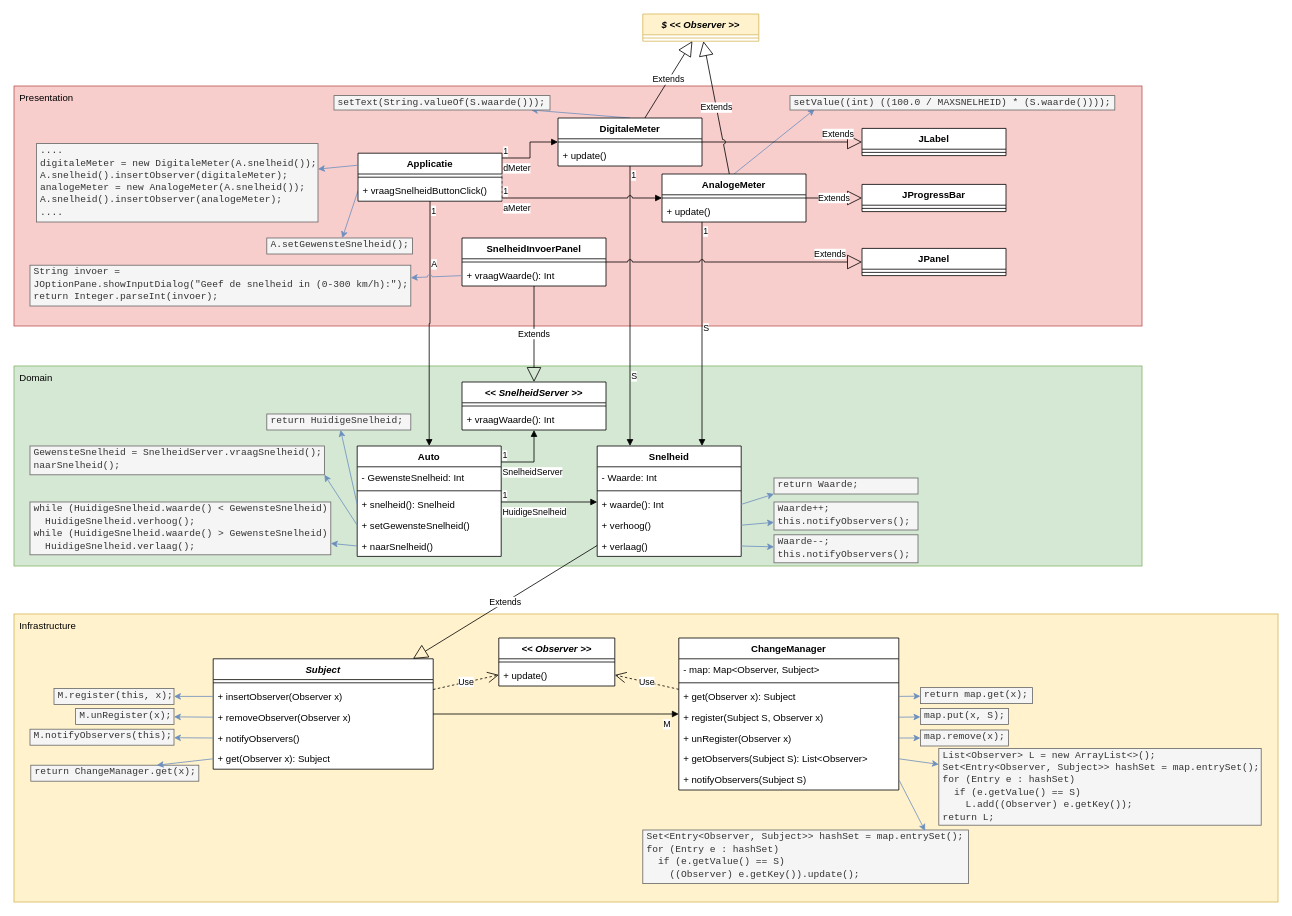
Before: page "Observer" (2 of 3) of Lab1/Class Diagram.drawio in wouterdebruijn/hhs-software-architecture-and-models, a draw.io diagram. Source tidied: cells renumbered, new cells numbered last; positions are measured from the earlier drawing's top-left corner, leaving out a move shared by most shapes. Both pictures are drawn from the tidied source at 80%, with x=0, y=0 at pixel (14, 14).
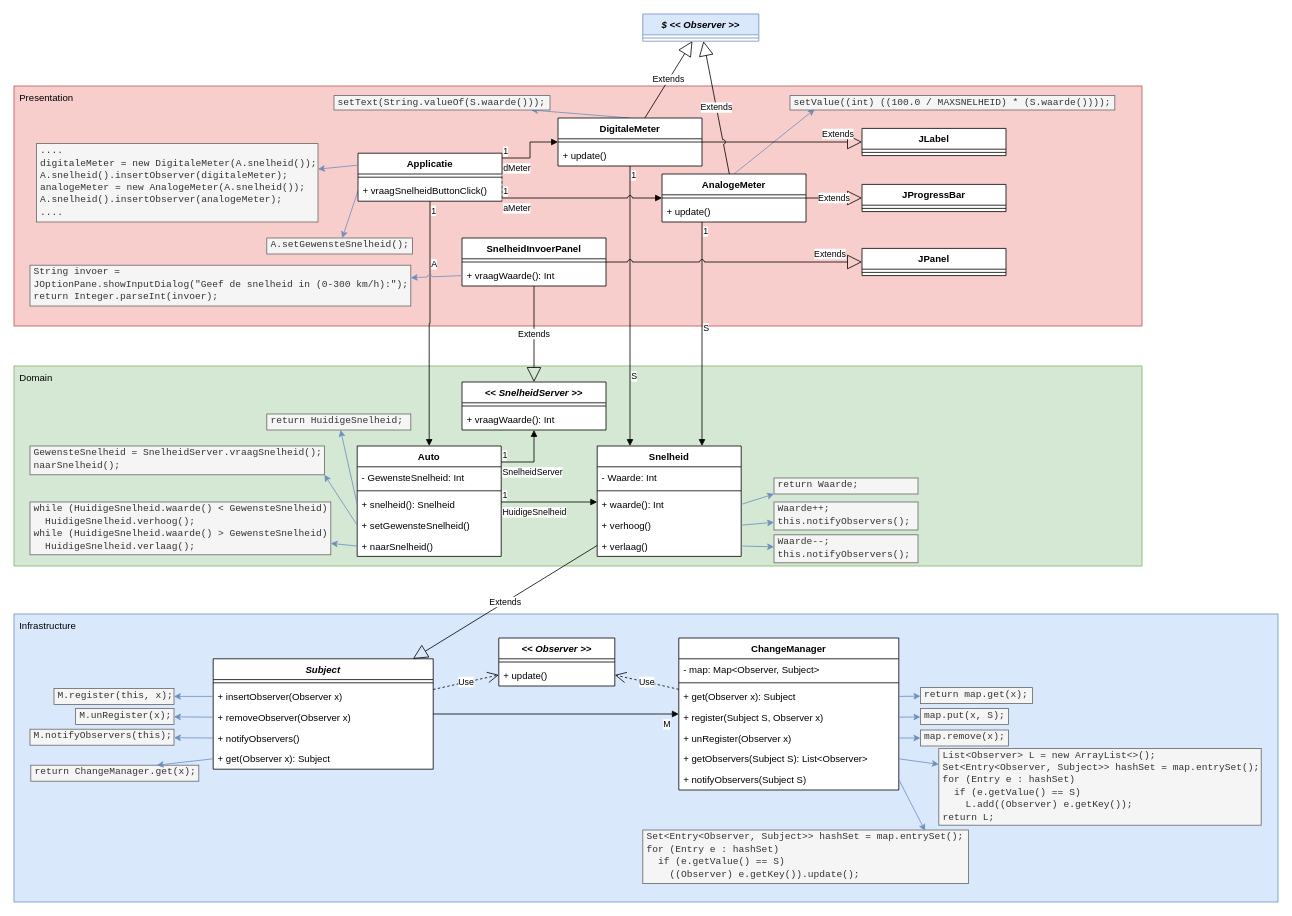
After the change.

The edit, as a diff of the source:
```diff
@@
-    <mxCell id="75" style="rounded=0;whiteSpace=wrap;html=1;fillColor=#fff2cc;strokeColor=#d6b656;" parent="1" vertex="1">
+    <mxCell id="75" style="rounded=0;whiteSpace=wrap;html=1;fillColor=#dae8fc;strokeColor=#6c8ebf;" parent="1" vertex="1">
       <mxGeometry y="750" width="1580" height="360" as="geometry" />
     </mxCell>
@@
-    <mxCell id="118" value="$ &lt;&lt; Observer &gt;&gt;" style="swimlane;fontStyle=3;align=center;verticalAlign=top;horizontal=1;startSize=26;swimlaneFillColor=default;fillColor=#fff2cc;strokeColor=#d6b656;" parent="1" vertex="1">
+    <mxCell id="118" value="$ &lt;&lt; Observer &gt;&gt;" style="swimlane;fontStyle=3;align=center;verticalAlign=top;horizontal=1;startSize=26;swimlaneFillColor=default;fillColor=#dae8fc;strokeColor=#6c8ebf;" parent="1" vertex="1">
       <mxGeometry x="786" width="145" height="34" as="geometry" />
     </mxCell>
```
